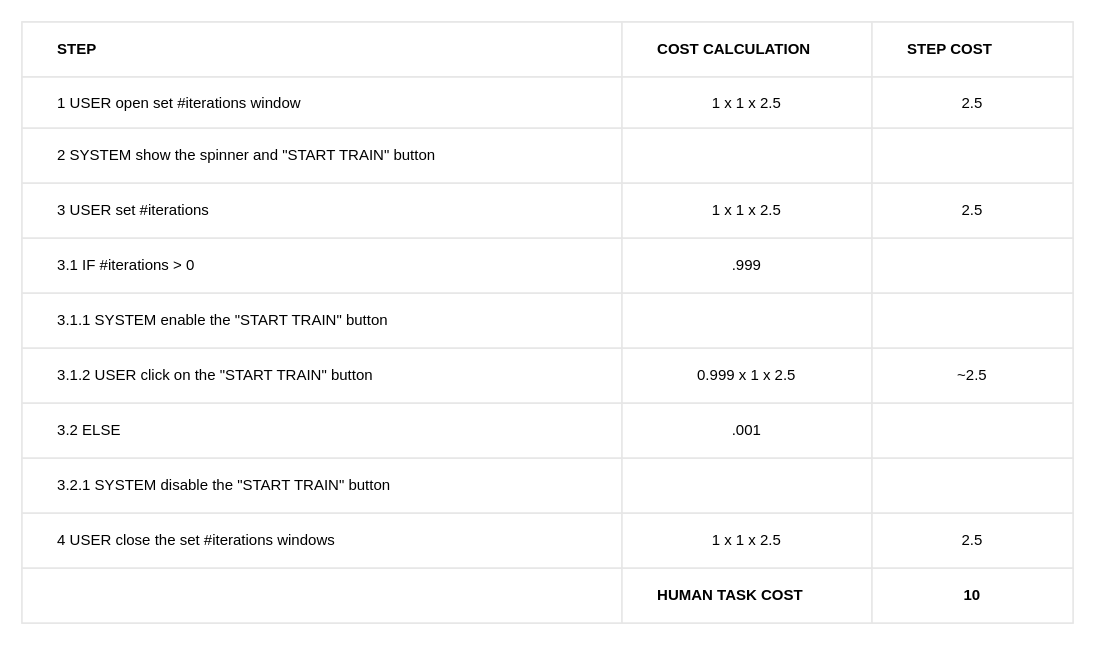
This is set iteration (Bello)/set_#iterations_table.drawio from BaffoBello14/AutomaticDamagesRecognition, a draw.io file, before an edit. Source tidied: cells renumbered, new cells numbered last; positions are measured from the earlier drawing's top-left corner, leaving out a move shared by most shapes. Both pictures are drawn from the tidied source at 125%, with x=0, y=0 at pixel (21, 21).
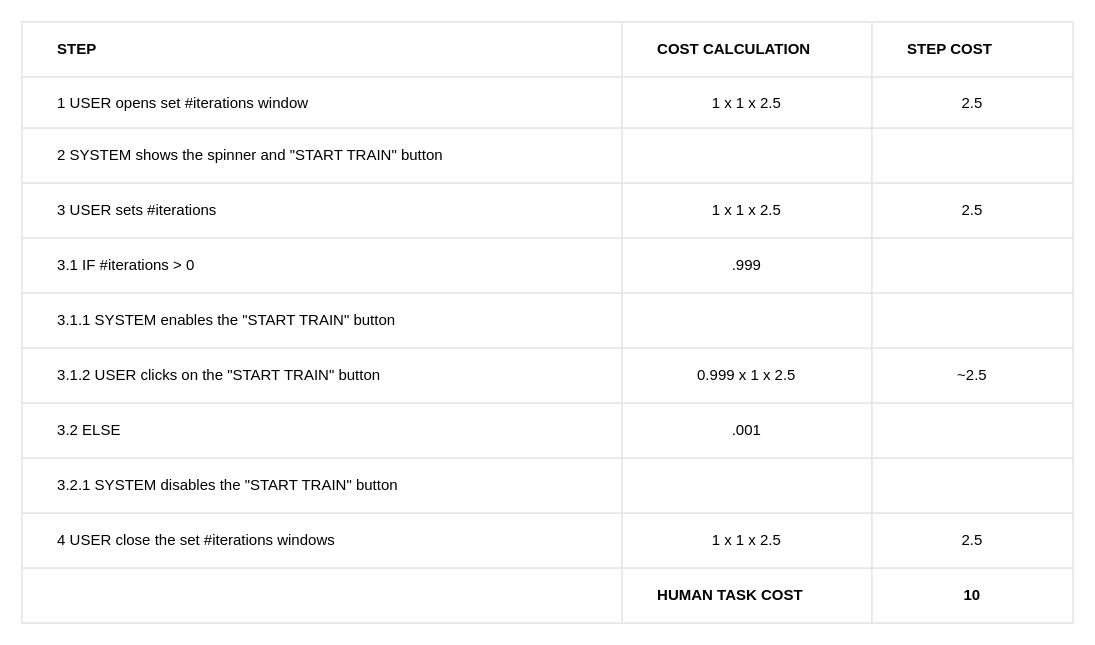
Above is the later version.

Commit message (it also covers changes not shown here):
correct tables

The change refers to these unchanged cells:
```xml
<mxCell id="7" style="shape=tableRow;horizontal=0;startSize=0;swimlaneHead=0;swimlaneBody=0;top=0;left=0;bottom=0;right=0;fontStyle=0;fillColor=none;strokeColor=inherit;align=left;" parent="2" vertex="1">
  <mxGeometry y="44" width="841" height="41" as="geometry" />
</mxCell>
<mxCell id="11" style="shape=tableRow;horizontal=0;startSize=0;swimlaneHead=0;swimlaneBody=0;top=0;left=0;bottom=0;right=0;fontStyle=0;fillColor=none;strokeColor=inherit;" parent="2" vertex="1">
  <mxGeometry y="85" width="841" height="44" as="geometry" />
</mxCell>
<mxCell id="15" style="shape=tableRow;horizontal=0;startSize=0;swimlaneHead=0;swimlaneBody=0;top=0;left=0;bottom=0;right=0;fontStyle=0;fillColor=none;strokeColor=inherit;" parent="2" vertex="1">
  <mxGeometry y="129" width="841" height="44" as="geometry" />
</mxCell>
<mxCell id="23" style="shape=tableRow;horizontal=0;startSize=0;swimlaneHead=0;swimlaneBody=0;top=0;left=0;bottom=0;right=0;fontStyle=0;fillColor=none;strokeColor=inherit;" parent="2" vertex="1">
  <mxGeometry y="217" width="841" height="44" as="geometry" />
</mxCell>
<mxCell id="27" style="shape=tableRow;horizontal=0;startSize=0;swimlaneHead=0;swimlaneBody=0;top=0;left=0;bottom=0;right=0;fontStyle=0;fillColor=none;strokeColor=inherit;" parent="2" vertex="1">
  <mxGeometry y="261" width="841" height="44" as="geometry" />
</mxCell>
<mxCell id="35" style="shape=tableRow;horizontal=0;startSize=0;swimlaneHead=0;swimlaneBody=0;top=0;left=0;bottom=0;right=0;fontStyle=0;fillColor=none;strokeColor=inherit;" parent="2" vertex="1">
  <mxGeometry y="349" width="841" height="44" as="geometry" />
</mxCell>
```

The edit, as a diff of the source:
```diff
@@
-    <mxCell id="8" value="&lt;span style=&quot;white-space: pre;&quot;&gt;&#9;&lt;/span&gt;1 USER open set #iterations window&amp;nbsp;" style="strokeColor=inherit;fillColor=none;align=left;whiteSpace=wrap;html=1;" parent="7" vertex="1">
+    <mxCell id="8" value="&lt;span style=&quot;white-space: pre;&quot;&gt;&#9;&lt;/span&gt;1 USER opens set #iterations window&amp;nbsp;" style="strokeColor=inherit;fillColor=none;align=left;whiteSpace=wrap;html=1;" parent="7" vertex="1">
       <mxGeometry width="480" height="41" as="geometry" />
     </mxCell>
@@
-    <mxCell id="12" value="&lt;span style=&quot;white-space: pre;&quot;&gt;&#9;&lt;/span&gt;2 SYSTEM show the spinner and &quot;START TRAIN&quot; button" style="strokeColor=inherit;fillColor=none;align=left;whiteSpace=wrap;html=1;" parent="11" vertex="1">
+    <mxCell id="12" value="&lt;span style=&quot;white-space: pre;&quot;&gt;&#9;&lt;/span&gt;2 SYSTEM shows the spinner and &quot;START TRAIN&quot; button" style="strokeColor=inherit;fillColor=none;align=left;whiteSpace=wrap;html=1;" parent="11" vertex="1">
       <mxGeometry width="480" height="44" as="geometry" />
     </mxCell>
@@
-    <mxCell id="16" value="&lt;span style=&quot;&quot;&gt;&lt;span style=&quot;white-space: pre;&quot;&gt;&amp;nbsp;&lt;span style=&quot;white-space: pre;&quot;&gt;&#9;&lt;/span&gt;&lt;/span&gt;&lt;/span&gt;3 USER set #iterations" style="strokeColor=inherit;fillColor=none;align=left;whiteSpace=wrap;html=1;" parent="15" vertex="1">
+    <mxCell id="16" value="&lt;span style=&quot;&quot;&gt;&lt;span style=&quot;white-space: pre;&quot;&gt;&amp;nbsp;&lt;span style=&quot;white-space: pre;&quot;&gt;&#9;&lt;/span&gt;&lt;/span&gt;&lt;/span&gt;3 USER sets #iterations" style="strokeColor=inherit;fillColor=none;align=left;whiteSpace=wrap;html=1;" parent="15" vertex="1">
       <mxGeometry width="480" height="44" as="geometry" />
     </mxCell>
@@
-    <mxCell id="24" value="&lt;span style=&quot;white-space: pre;&quot;&gt;&#9;&lt;/span&gt;3.1.1 SYSTEM enable the &quot;START TRAIN&quot; button" style="strokeColor=inherit;fillColor=none;align=left;whiteSpace=wrap;html=1;" parent="23" vertex="1">
+    <mxCell id="24" value="&lt;span style=&quot;white-space: pre;&quot;&gt;&#9;&lt;/span&gt;3.1.1 SYSTEM enables the &quot;START TRAIN&quot; button" style="strokeColor=inherit;fillColor=none;align=left;whiteSpace=wrap;html=1;" parent="23" vertex="1">
       <mxGeometry width="480" height="44" as="geometry" />
     </mxCell>
@@
-    <mxCell id="28" value="&lt;span style=&quot;&quot;&gt;&lt;span style=&quot;white-space: pre;&quot;&gt;&amp;nbsp;&amp;nbsp;&amp;nbsp;&amp;nbsp;&lt;span style=&quot;white-space: pre;&quot;&gt;&#9;&lt;/span&gt;&lt;/span&gt;&lt;/span&gt;3.1.2 USER click on the &quot;START TRAIN&quot; button" style="strokeColor=inherit;fillColor=none;align=left;whiteSpace=wrap;html=1;" parent="27" vertex="1">
+    <mxCell id="28" value="&lt;span style=&quot;&quot;&gt;&lt;span style=&quot;white-space: pre;&quot;&gt;&amp;nbsp;&amp;nbsp;&amp;nbsp;&amp;nbsp;&lt;span style=&quot;white-space: pre;&quot;&gt;&#9;&lt;/span&gt;&lt;/span&gt;&lt;/span&gt;3.1.2 USER clicks on the &quot;START TRAIN&quot; button" style="strokeColor=inherit;fillColor=none;align=left;whiteSpace=wrap;html=1;" parent="27" vertex="1">
       <mxGeometry width="480" height="44" as="geometry" />
     </mxCell>
@@
-    <mxCell id="36" value="&lt;span style=&quot;&quot;&gt;&lt;span style=&quot;white-space: pre;&quot;&gt;&amp;nbsp;&amp;nbsp;&amp;nbsp;&amp;nbsp;&lt;span style=&quot;white-space: pre;&quot;&gt;&#9;&lt;/span&gt;&lt;/span&gt;&lt;/span&gt;3.2.1 SYSTEM disable the &quot;START TRAIN&quot; button" style="strokeColor=inherit;fillColor=none;align=left;whiteSpace=wrap;html=1;" parent="35" vertex="1">
+    <mxCell id="36" value="&lt;span style=&quot;&quot;&gt;&lt;span style=&quot;white-space: pre;&quot;&gt;&amp;nbsp;&amp;nbsp;&amp;nbsp;&amp;nbsp;&lt;span style=&quot;white-space: pre;&quot;&gt;&#9;&lt;/span&gt;&lt;/span&gt;&lt;/span&gt;3.2.1 SYSTEM disables the &quot;START TRAIN&quot; button" style="strokeColor=inherit;fillColor=none;align=left;whiteSpace=wrap;html=1;" parent="35" vertex="1">
       <mxGeometry width="480" height="44" as="geometry" />
     </mxCell>
```
